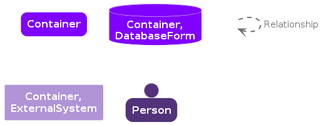
Earlier version of the PlantUML export architecture/diagrams/structurizr-Container-001-key.png (neojelll/url-shortener).
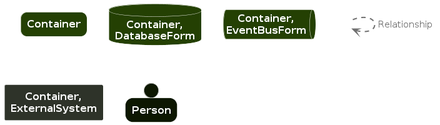
Later version of the same file.

Commit message:
chores(C4 diagrams): Update Structurizr diagrams

What changed in the source:
```diff
@@ -17,7 +17,7 @@
 }
 
 skinparam rectangle<<1>> {
-  BackgroundColor #8000ff
+  BackgroundColor #244003
   FontColor #ffffff
   BorderColor #ffffff
   roundCorner 20
@@ -25,28 +25,35 @@
 rectangle "==Container" <<1>>
 
 skinparam database<<2>> {
-  BackgroundColor #8000ff
+  BackgroundColor #244003
   FontColor #ffffff
   BorderColor #ffffff
 }
 database "==Container, DatabaseForm" <<2>>
 
-skinparam rectangle<<3>> {
-  BackgroundColor #b094d6
+skinparam queue<<3>> {
+  BackgroundColor #244003
   FontColor #ffffff
   BorderColor #ffffff
 }
-rectangle "==Container, ExternalSystem" <<3>>
+queue "==Container, EventBusForm" <<3>>
 
-skinparam person<<4>> {
-  BackgroundColor #52327a
+skinparam rectangle<<4>> {
+  BackgroundColor #2e3329
   FontColor #ffffff
   BorderColor #ffffff
 }
-person "==Person" <<4>>
+rectangle "==Container, ExternalSystem" <<4>>
 
-rectangle "." <<_transparent>> as 5
-5 .[#707070,thickness=2].> 5 : "<color:#707070>Relationship"
+skinparam person<<5>> {
+  BackgroundColor #0d1701
+  FontColor #ffffff
+  BorderColor #ffffff
+}
+person "==Person" <<5>>
+
+rectangle "." <<_transparent>> as 6
+6 .[#707070,thickness=2].> 6 : "<color:#707070>Relationship"
 
 
 @enduml
```
